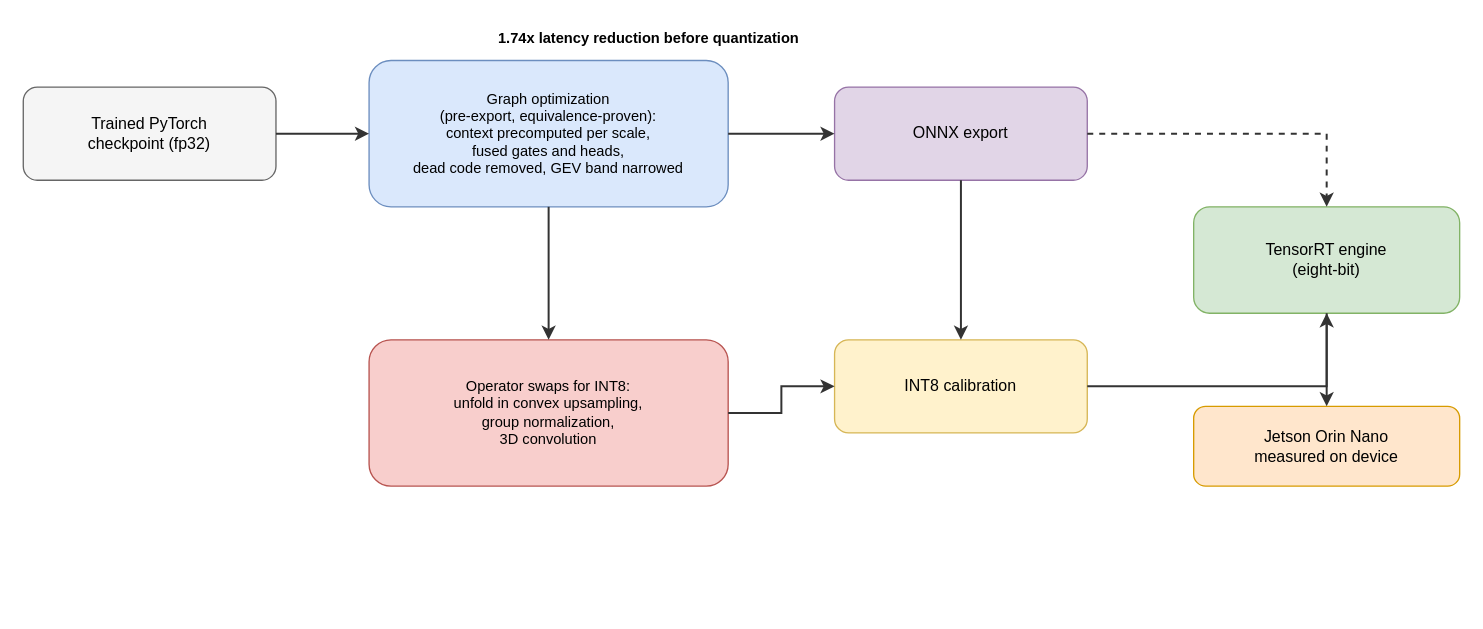
Earlier version of the draw.io diagram thesis/book/figures/fig_4_5_export.drawio (abrar-nazib/StereoLite). Source tidied: cells renumbered, new cells numbered last; positions are measured from the earlier drawing's top-left corner, leaving out a move shared by most shapes. Both pictures are drawn from the tidied source at 133%, with x=0, y=0 at pixel (23, 23).
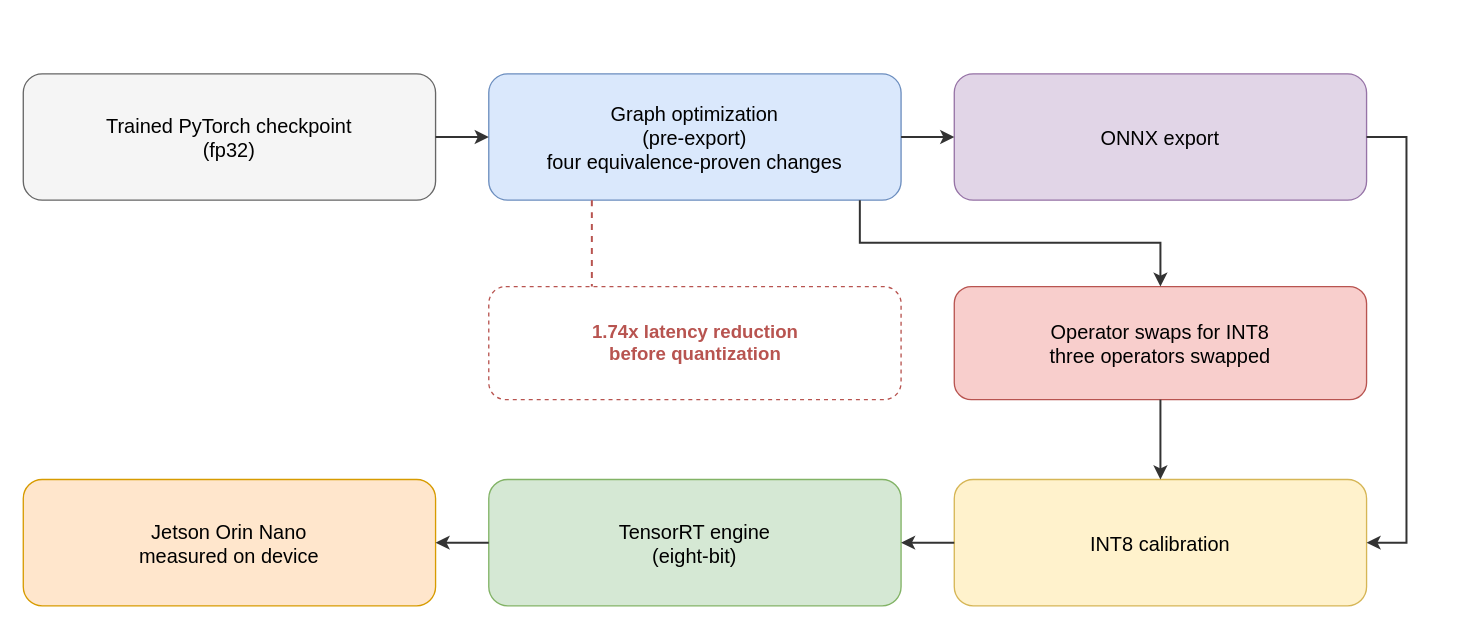
The same diagram, later.

The edit, as a diff of the source:
```diff
@@
-    <mxCell id="2" value="Trained PyTorch&lt;br&gt;checkpoint (fp32)" style="rounded=1;whiteSpace=wrap;html=1;fillColor=#f5f5f5;strokeColor=#666666;fontSize=12;align=center;" parent="1" vertex="1">
-      <mxGeometry y="48" width="190" height="70" as="geometry" />
+    <mxCell id="2" value="Trained PyTorch checkpoint&lt;br&gt;(fp32)" style="rounded=1;whiteSpace=wrap;html=1;fillColor=#f5f5f5;strokeColor=#666666;fontSize=15;align=center;" parent="1" vertex="1">
+      <mxGeometry y="38" width="310" height="95" as="geometry" />
     </mxCell>
-    <mxCell id="3" value="Graph optimization&lt;br&gt;(pre-export, equivalence-proven):&lt;br&gt;context precomputed per scale,&lt;br&gt;fused gates and heads,&lt;br&gt;dead code removed, GEV band narrowed" style="rounded=1;whiteSpace=wrap;html=1;fillColor=#dae8fc;strokeColor=#6c8ebf;fontSize=11;align=center;" parent="1" vertex="1">
-      <mxGeometry x="260" y="28" width="270" height="110" as="geometry" />
+    <mxCell id="3" value="Graph optimization&lt;br&gt;(pre-export)&lt;br&gt;four equivalence-proven changes" style="rounded=1;whiteSpace=wrap;html=1;fillColor=#dae8fc;strokeColor=#6c8ebf;fontSize=15;align=center;" parent="1" vertex="1">
+      <mxGeometry x="350" y="38" width="310" height="95" as="geometry" />
     </mxCell>
-    <mxCell id="4" value="Operator swaps for INT8:&lt;br&gt;unfold in convex upsampling,&lt;br&gt;group normalization,&lt;br&gt;3D convolution" style="rounded=1;whiteSpace=wrap;html=1;fillColor=#f8cecc;strokeColor=#b85450;fontSize=11;align=center;" parent="1" vertex="1">
-      <mxGeometry x="260" y="238" width="270" height="110" as="geometry" />
+    <mxCell id="4" value="ONNX export" style="rounded=1;whiteSpace=wrap;html=1;fillColor=#e1d5e7;strokeColor=#9673a6;fontSize=15;align=center;" parent="1" vertex="1">
+      <mxGeometry x="700" y="38" width="310" height="95" as="geometry" />
     </mxCell>
-    <mxCell id="5" value="ONNX export" style="rounded=1;whiteSpace=wrap;html=1;fillColor=#e1d5e7;strokeColor=#9673a6;fontSize=12;align=center;" parent="1" vertex="1">
-      <mxGeometry x="610" y="48" width="190" height="70" as="geometry" />
+    <mxCell id="5" value="Operator swaps for INT8&lt;br&gt;three operators swapped" style="rounded=1;whiteSpace=wrap;html=1;fillColor=#f8cecc;strokeColor=#b85450;fontSize=15;align=center;" parent="1" vertex="1">
+      <mxGeometry x="700" y="198" width="310" height="85" as="geometry" />
     </mxCell>
-    <mxCell id="6" value="INT8 calibration" style="rounded=1;whiteSpace=wrap;html=1;fillColor=#fff2cc;strokeColor=#d6b656;fontSize=12;align=center;" parent="1" vertex="1">
-      <mxGeometry x="610" y="238" width="190" height="70" as="geometry" />
+    <mxCell id="6" value="INT8 calibration" style="rounded=1;whiteSpace=wrap;html=1;fillColor=#fff2cc;strokeColor=#d6b656;fontSize=15;align=center;" parent="1" vertex="1">
+      <mxGeometry x="700" y="343" width="310" height="95" as="geometry" />
     </mxCell>
-    <mxCell id="7" value="TensorRT engine&lt;br&gt;(eight-bit)" style="rounded=1;whiteSpace=wrap;html=1;fillColor=#d5e8d4;strokeColor=#82b366;fontSize=12;align=center;" parent="1" vertex="1">
-      <mxGeometry x="880" y="138" width="200" height="80" as="geometry" />
+    <mxCell id="7" value="TensorRT engine&lt;br&gt;(eight-bit)" style="rounded=1;whiteSpace=wrap;html=1;fillColor=#d5e8d4;strokeColor=#82b366;fontSize=15;align=center;" parent="1" vertex="1">
+      <mxGeometry x="350" y="343" width="310" height="95" as="geometry" />
     </mxCell>
-    <mxCell id="8" style="edgeStyle=orthogonalEdgeStyle;rounded=0;html=1;jettySize=auto;strokeColor=#333333;strokeWidth=1.5;fontSize=10;" parent="1" edge="1" source="2" target="3">
-      <mxGeometry relative="1" as="geometry" />
+    <mxCell id="8" value="Jetson Orin Nano&lt;br&gt;measured on device" style="rounded=1;whiteSpace=wrap;html=1;fillColor=#ffe6cc;strokeColor=#d79b00;fontSize=15;align=center;" parent="1" vertex="1">
+      <mxGeometry y="343" width="310" height="95" as="geometry" />
     </mxCell>
-    <mxCell id="9" style="edgeStyle=orthogonalEdgeStyle;rounded=0;html=1;jettySize=auto;strokeColor=#333333;strokeWidth=1.5;fontSize=10;" parent="1" edge="1" source="3" target="4">
-      <mxGeometry relative="1" as="geometry">
-        <Array as="points">
-          <mxPoint x="395" y="188" />
-        </Array>
-      </mxGeometry>
+    <mxCell id="9" style="rounded=1;whiteSpace=wrap;html=1;fillColor=#ffffff;strokeColor=#b85450;fontSize=11;align=center;dashed=1;" parent="1" vertex="1">
+      <mxGeometry x="350" y="198" width="310" height="85" as="geometry" />
     </mxCell>
-    <mxCell id="10" style="edgeStyle=orthogonalEdgeStyle;rounded=0;html=1;jettySize=auto;strokeColor=#333333;strokeWidth=1.5;fontSize=10;" parent="1" edge="1" source="3" target="5">
-      <mxGeometry relative="1" as="geometry" />
+    <mxCell id="10" value="1.74x latency reduction&lt;br&gt;before quantization" style="text;html=1;align=center;verticalAlign=middle;fontSize=14;fontStyle=1;fontColor=#b85450;" parent="1" vertex="1">
+      <mxGeometry x="350" y="215" width="310" height="50" as="geometry" />
     </mxCell>
-    <mxCell id="11" style="edgeStyle=orthogonalEdgeStyle;rounded=0;html=1;jettySize=auto;strokeColor=#333333;strokeWidth=1.5;fontSize=10;" parent="1" edge="1" source="4" target="6">
+    <mxCell id="11" style="edgeStyle=orthogonalEdgeStyle;rounded=0;html=1;jettySize=auto;strokeColor=#b85450;strokeWidth=1.5;fontSize=10;endArrow=none;dashed=1;exitX=0.25;exitY=1;exitDx=0;exitDy=0;entryX=0.25;entryY=0;entryDx=0;entryDy=0;" parent="1" edge="1" source="3" target="9">
       <mxGeometry relative="1" as="geometry" />
     </mxCell>
-    <mxCell id="12" style="edgeStyle=orthogonalEdgeStyle;rounded=0;html=1;jettySize=auto;strokeColor=#333333;strokeWidth=1.5;fontSize=10;" parent="1" edge="1" source="5" target="6">
-      <mxGeometry relative="1" as="geometry">
-        <Array as="points">
-          <mxPoint x="705" y="168" />
-        </Array>
-      </mxGeometry>
+    <mxCell id="12" style="edgeStyle=orthogonalEdgeStyle;rounded=0;html=1;jettySize=auto;strokeColor=#333333;strokeWidth=1.5;fontSize=10;exitX=1;exitY=0.5;exitDx=0;exitDy=0;entryX=0;entryY=0.5;entryDx=0;entryDy=0;" parent="1" edge="1" source="2" target="3">
+      <mxGeometry relative="1" as="geometry" />
     </mxCell>
-    <mxCell id="13" style="edgeStyle=orthogonalEdgeStyle;rounded=0;html=1;jettySize=auto;strokeColor=#333333;strokeWidth=1.5;fontSize=10;" parent="1" edge="1" source="6" target="7">
+    <mxCell id="13" style="edgeStyle=orthogonalEdgeStyle;rounded=0;html=1;jettySize=auto;strokeColor=#333333;strokeWidth=1.5;fontSize=10;exitX=1;exitY=0.5;exitDx=0;exitDy=0;entryX=0;entryY=0.5;entryDx=0;entryDy=0;" parent="1" edge="1" source="3" target="4">
       <mxGeometry relative="1" as="geometry" />
     </mxCell>
-    <mxCell id="14" style="edgeStyle=orthogonalEdgeStyle;rounded=0;html=1;jettySize=auto;strokeColor=#333333;strokeWidth=1.5;fontSize=10;dashed=1;" parent="1" edge="1" source="5" target="7">
-      <mxGeometry relative="1" as="geometry" />
+    <mxCell id="14" style="edgeStyle=orthogonalEdgeStyle;rounded=0;html=1;jettySize=auto;strokeColor=#333333;strokeWidth=1.5;fontSize=10;exitX=0.9;exitY=1;exitDx=0;exitDy=0;entryX=0.5;entryY=0;entryDx=0;entryDy=0;" parent="1" edge="1" source="3" target="5">
+      <mxGeometry relative="1" as="geometry">
+        <Array as="points">
+          <mxPoint x="629" y="165" />
+          <mxPoint x="855" y="165" />
+        </Array>
+      </mxGeometry>
     </mxCell>
-    <mxCell id="15" value="Jetson Orin Nano&lt;br&gt;measured on device" style="rounded=1;whiteSpace=wrap;html=1;fillColor=#ffe6cc;strokeColor=#d79b00;fontSize=12;align=center;" parent="1" vertex="1">
-      <mxGeometry x="880" y="288" width="200" height="60" as="geometry" />
+    <mxCell id="15" style="edgeStyle=orthogonalEdgeStyle;rounded=0;html=1;jettySize=auto;strokeColor=#333333;strokeWidth=1.5;fontSize=10;exitX=0.5;exitY=1;exitDx=0;exitDy=0;entryX=0.5;entryY=0;entryDx=0;entryDy=0;" parent="1" edge="1" source="5" target="6">
+      <mxGeometry relative="1" as="geometry" />
     </mxCell>
-    <mxCell id="16" style="edgeStyle=orthogonalEdgeStyle;rounded=0;html=1;jettySize=auto;strokeColor=#333333;strokeWidth=1.5;fontSize=10;" parent="1" edge="1" source="7" target="15">
-      <mxGeometry relative="1" as="geometry" />
+    <mxCell id="16" style="edgeStyle=orthogonalEdgeStyle;rounded=0;html=1;jettySize=auto;strokeColor=#333333;strokeWidth=1.5;fontSize=10;exitX=1;exitY=0.5;exitDx=0;exitDy=0;entryX=1;entryY=0.5;entryDx=0;entryDy=0;" parent="1" edge="1" source="4" target="6">
+      <mxGeometry relative="1" as="geometry">
+        <Array as="points">
+          <mxPoint x="1040" y="85" />
+          <mxPoint x="1040" y="390" />
+        </Array>
+      </mxGeometry>
     </mxCell>
-    <mxCell id="17" value="1.74x latency reduction before quantization" style="text;html=1;align=center;verticalAlign=middle;fontSize=11;fontStyle=1;fontColor=#000000;" parent="1" vertex="1">
-      <mxGeometry x="260" width="420" height="22" as="geometry" />
+    <mxCell id="17" style="edgeStyle=orthogonalEdgeStyle;rounded=0;html=1;jettySize=auto;strokeColor=#333333;strokeWidth=1.5;fontSize=10;exitX=0;exitY=0.5;exitDx=0;exitDy=0;entryX=1;entryY=0.5;entryDx=0;entryDy=0;" parent="1" edge="1" source="6" target="7">
+      <mxGeometry relative="1" as="geometry" />
     </mxCell>
+    <mxCell id="18" style="edgeStyle=orthogonalEdgeStyle;rounded=0;html=1;jettySize=auto;strokeColor=#333333;strokeWidth=1.5;fontSize=10;exitX=0;exitY=0.5;exitDx=0;exitDy=0;entryX=1;entryY=0.5;entryDx=0;entryDy=0;" parent="1" edge="1" source="7" target="8">
+      <mxGeometry relative="1" as="geometry" />
+    </mxCell>
```
